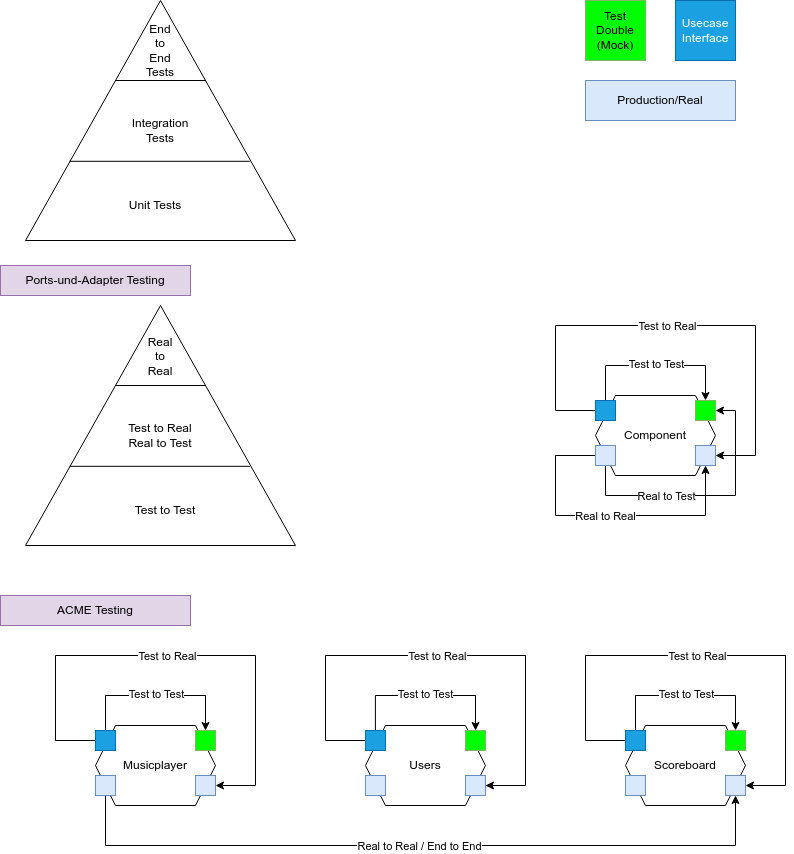
The draw.io diagram documentation/cucumber-component-test.drawio.png in buster/acmemusic, before a commit. Source tidied: cells renumbered, new cells last; positions are measured from the earlier drawing's top-left corner, leaving out a move shared by most shapes.
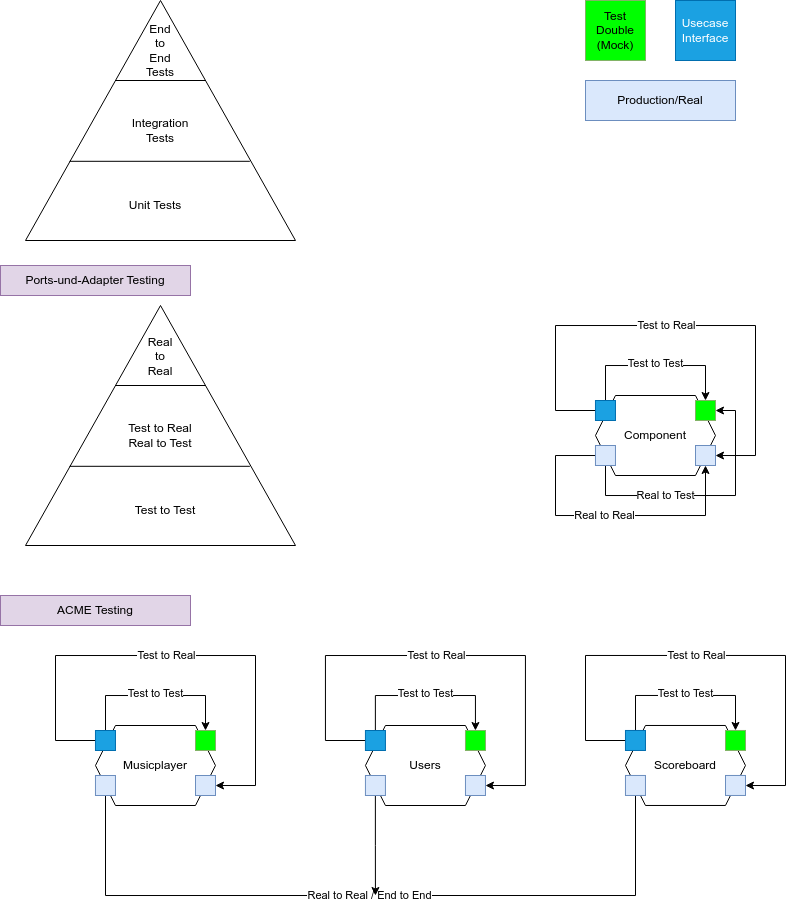
The same file after the commit.

The edit, as a diff of the source:
```diff
@@ -157,11 +157,11 @@
     <mxCell id="36" style="whiteSpace=wrap;html=1;fillColor=#1ba1e2;strokeColor=#006EAF;fontColor=#ffffff;" parent="1" vertex="1">
       <mxGeometry x="95" y="745" width="20" height="20" as="geometry" />
     </mxCell>
-    <mxCell id="37" style="edgeStyle=orthogonalEdgeStyle;rounded=0;jettySize=auto;html=1;" parent="1" edge="1" source="39" target="60">
+    <mxCell id="37" style="edgeStyle=orthogonalEdgeStyle;rounded=0;jettySize=auto;html=1;endArrow=none;endFill=0;" parent="1" edge="1" source="39" target="59">
       <mxGeometry relative="1" as="geometry">
         <Array as="points">
-          <mxPoint x="105" y="860" />
-          <mxPoint x="735" y="860" />
+          <mxPoint x="105" y="910" />
+          <mxPoint x="635" y="910" />
         </Array>
       </mxGeometry>
     </mxCell>
@@ -216,6 +216,11 @@
     <mxCell id="49" style="whiteSpace=wrap;html=1;fillColor=#1ba1e2;strokeColor=#006EAF;fontColor=#ffffff;" parent="1" vertex="1">
       <mxGeometry x="364.9" y="745" width="20" height="20" as="geometry" />
     </mxCell>
+    <mxCell id="61" style="edgeStyle=orthogonalEdgeStyle;rounded=0;jettySize=auto;html=1;" parent="1" edge="1" source="50">
+      <mxGeometry relative="1" as="geometry">
+        <mxPoint x="374.9" y="910" as="targetPoint" />
+      </mxGeometry>
+    </mxCell>
     <mxCell id="50" style="rounded=0;whiteSpace=wrap;html=1;fillColor=#dae8fc;strokeColor=#6c8ebf;" parent="1" vertex="1">
       <mxGeometry x="364.9" y="790" width="20" height="20" as="geometry" />
     </mxCell>
```
